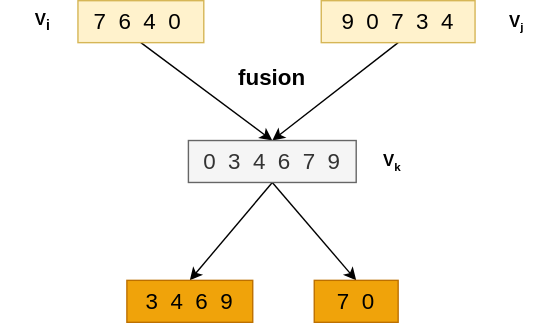
MapleFv/diagrams keeps this draw.io diagram as diagram.svg. Above is the earlier version. Source tidied: cells renumbered, new cells last; positions are measured from the earlier drawing's top-left corner, leaving out a move shared by most shapes.
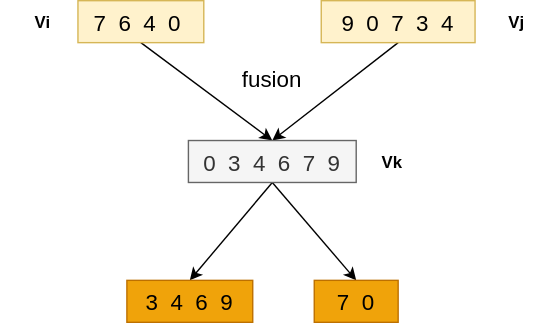
Above is the later version.

What changed in the source:
```diff
@@ -2,43 +2,43 @@
   <root>
     <mxCell id="0" />
     <mxCell id="1" parent="0" />
-    <mxCell id="2" value="V&lt;sub&gt;i&lt;/sub&gt;" style="text;html=1;strokeColor=none;fillColor=none;align=center;verticalAlign=middle;whiteSpace=wrap;rounded=0;fontStyle=1;" parent="1" vertex="1">
+    <mxCell id="2" value="Vi" style="text;strokeColor=none;fillColor=none;align=center;verticalAlign=middle;rounded=0;fontStyle=1;" parent="1" vertex="1">
       <mxGeometry width="60" height="30" as="geometry" />
     </mxCell>
-    <mxCell id="3" value="V&lt;span style=&quot;font-size: 10px;&quot;&gt;&lt;sub&gt;j&lt;/sub&gt;&lt;/span&gt;" style="text;html=1;strokeColor=none;fillColor=none;align=center;verticalAlign=middle;whiteSpace=wrap;rounded=0;fontStyle=1;" parent="1" vertex="1">
+    <mxCell id="3" value="Vj" style="text;strokeColor=none;fillColor=none;align=center;verticalAlign=middle;rounded=0;fontStyle=1;" parent="1" vertex="1">
       <mxGeometry x="339" width="60" height="30" as="geometry" />
     </mxCell>
-    <mxCell id="4" style="rounded=0;jettySize=auto;html=1;exitX=0.5;exitY=1;exitDx=0;exitDy=0;entryX=0.5;entryY=0;entryDx=0;entryDy=0;fontSize=16;strokeWidth=1;" parent="1" edge="1" source="5" target="10">
+    <mxCell id="4" style="rounded=0;jettySize=auto;exitX=0.5;exitY=1;exitDx=0;exitDy=0;entryX=0.5;entryY=0;entryDx=0;entryDy=0;fontSize=16;strokeWidth=1;" parent="1" edge="1" source="5" target="10">
       <mxGeometry relative="1" as="geometry" />
     </mxCell>
-    <mxCell id="5" value="7&amp;nbsp; 6&amp;nbsp; 4&amp;nbsp; 0&amp;nbsp;" style="rounded=0;whiteSpace=wrap;html=1;strokeWidth=1;fontSize=16;fillColor=#fff2cc;strokeColor=#d6b656;" parent="1" vertex="1">
+    <mxCell id="5" value="7  6  4  0 " style="rounded=0;strokeWidth=1;fontSize=16;fillColor=#fff2cc;strokeColor=#d6b656;" parent="1" vertex="1">
       <mxGeometry x="55" width="90" height="30" as="geometry" />
     </mxCell>
-    <mxCell id="6" style="rounded=0;jettySize=auto;html=1;exitX=0.5;exitY=1;exitDx=0;exitDy=0;entryX=0.5;entryY=0;entryDx=0;entryDy=0;fontSize=16;" parent="1" edge="1" source="7" target="10">
+    <mxCell id="6" style="rounded=0;jettySize=auto;exitX=0.5;exitY=1;exitDx=0;exitDy=0;entryX=0.5;entryY=0;entryDx=0;entryDy=0;fontSize=16;" parent="1" edge="1" source="7" target="10">
       <mxGeometry relative="1" as="geometry" />
     </mxCell>
-    <mxCell id="7" value="9&amp;nbsp; 0&amp;nbsp; 7&amp;nbsp; 3&amp;nbsp; 4" style="rounded=0;whiteSpace=wrap;html=1;strokeWidth=1;fontSize=16;fillColor=#fff2cc;strokeColor=#d6b656;" parent="1" vertex="1">
+    <mxCell id="7" value="9  0  7  3  4" style="rounded=0;strokeWidth=1;fontSize=16;fillColor=#fff2cc;strokeColor=#d6b656;" parent="1" vertex="1">
       <mxGeometry x="229" width="110" height="30" as="geometry" />
     </mxCell>
-    <mxCell id="8" style="edgeStyle=none;rounded=0;jettySize=auto;html=1;exitX=0.5;exitY=1;exitDx=0;exitDy=0;entryX=0.5;entryY=0;entryDx=0;entryDy=0;fontSize=16;strokeWidth=1;" parent="1" edge="1" source="10" target="13">
+    <mxCell id="8" style="edgeStyle=none;rounded=0;jettySize=auto;exitX=0.5;exitY=1;exitDx=0;exitDy=0;entryX=0.5;entryY=0;entryDx=0;entryDy=0;fontSize=16;strokeWidth=1;" parent="1" edge="1" source="10" target="13">
       <mxGeometry relative="1" as="geometry" />
     </mxCell>
-    <mxCell id="9" style="edgeStyle=none;rounded=0;jettySize=auto;html=1;exitX=0.5;exitY=1;exitDx=0;exitDy=0;entryX=0.5;entryY=0;entryDx=0;entryDy=0;fontSize=16;strokeWidth=1;" parent="1" edge="1" source="10" target="14">
+    <mxCell id="9" style="edgeStyle=none;rounded=0;jettySize=auto;exitX=0.5;exitY=1;exitDx=0;exitDy=0;entryX=0.5;entryY=0;entryDx=0;entryDy=0;fontSize=16;strokeWidth=1;" parent="1" edge="1" source="10" target="14">
       <mxGeometry relative="1" as="geometry" />
     </mxCell>
-    <mxCell id="10" value="0&amp;nbsp; 3&amp;nbsp; 4&amp;nbsp; 6&amp;nbsp; 7&amp;nbsp; 9" style="rounded=0;whiteSpace=wrap;html=1;strokeWidth=1;fontSize=16;align=center;fillColor=#f5f5f5;fontColor=#333333;strokeColor=#666666;" parent="1" vertex="1">
+    <mxCell id="10" value="0  3  4  6  7  9" style="rounded=0;strokeWidth=1;fontSize=16;align=center;fillColor=#f5f5f5;fontColor=#333333;strokeColor=#666666;" parent="1" vertex="1">
       <mxGeometry x="134" y="100" width="120" height="30" as="geometry" />
     </mxCell>
-    <mxCell id="11" value="V&lt;span style=&quot;font-size: 10px;&quot;&gt;&lt;sub&gt;k&lt;/sub&gt;&lt;/span&gt;" style="text;html=1;strokeColor=none;fillColor=none;align=center;verticalAlign=middle;whiteSpace=wrap;rounded=0;fontStyle=1;" parent="1" vertex="1">
+    <mxCell id="11" value="Vk" style="text;strokeColor=none;fillColor=none;align=center;verticalAlign=middle;rounded=0;fontStyle=1;" parent="1" vertex="1">
       <mxGeometry x="250" y="100" width="60" height="30" as="geometry" />
     </mxCell>
-    <mxCell id="12" value="&lt;b&gt;fusion&lt;/b&gt;" style="text;html=1;strokeColor=none;fillColor=none;align=center;verticalAlign=middle;whiteSpace=wrap;rounded=0;fontSize=16;" parent="1" vertex="1">
+    <mxCell id="12" value="fusion" style="text;strokeColor=none;fillColor=none;align=center;verticalAlign=middle;rounded=0;fontSize=16;" parent="1" vertex="1">
       <mxGeometry x="164" y="40" width="60" height="30" as="geometry" />
     </mxCell>
-    <mxCell id="13" value="3&amp;nbsp; 4&amp;nbsp; 6&amp;nbsp; 9" style="rounded=0;whiteSpace=wrap;html=1;strokeWidth=1;fontSize=16;fillColor=#f0a30a;fontColor=#000000;strokeColor=#BD7000;" parent="1" vertex="1">
+    <mxCell id="13" value="3  4  6  9" style="rounded=0;strokeWidth=1;fontSize=16;fillColor=#f0a30a;fontColor=#000000;strokeColor=#BD7000;" parent="1" vertex="1">
       <mxGeometry x="90" y="200" width="90" height="30" as="geometry" />
     </mxCell>
-    <mxCell id="14" value="7&amp;nbsp; 0" style="rounded=0;whiteSpace=wrap;html=1;strokeWidth=1;fontSize=16;fillColor=#f0a30a;fontColor=#000000;strokeColor=#BD7000;" parent="1" vertex="1">
+    <mxCell id="14" value="7  0" style="rounded=0;strokeWidth=1;fontSize=16;fillColor=#f0a30a;fontColor=#000000;strokeColor=#BD7000;" parent="1" vertex="1">
       <mxGeometry x="224" y="200" width="60" height="30" as="geometry" />
     </mxCell>
   </root>
```
